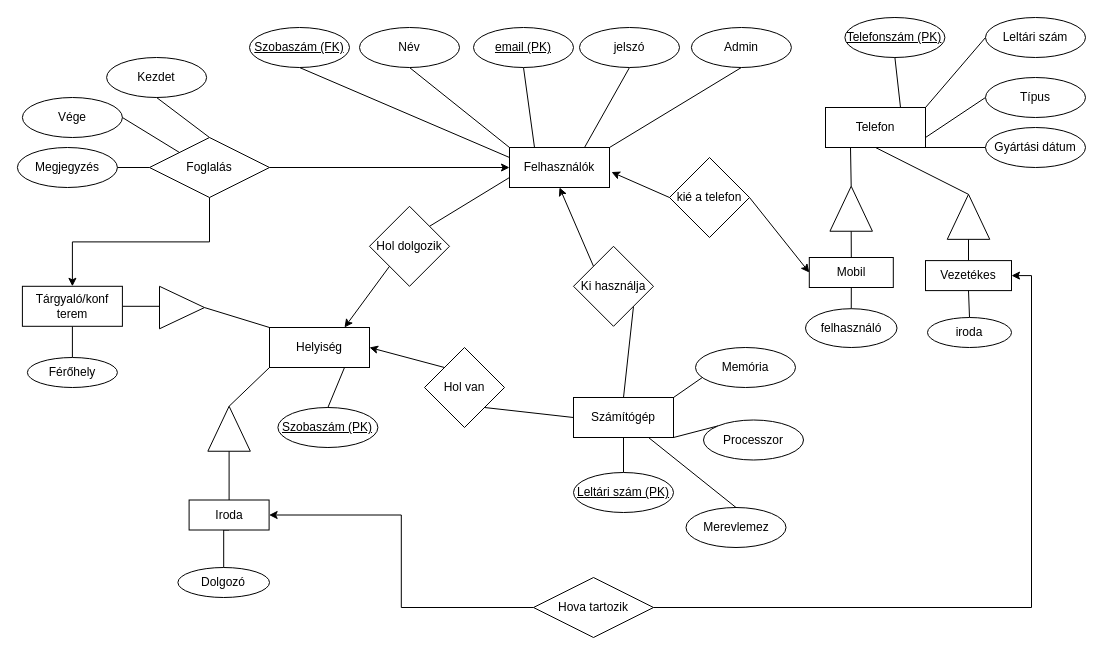
This is Munkahely.drawio from Troversones/adatbProjekt, a draw.io file, before an edit. Source tidied: cells renumbered, new cells numbered last; positions are measured from the earlier drawing's top-left corner, leaving out a move shared by most shapes. Both pictures are drawn from the tidied source at 100%, with x=0, y=0 at pixel (17, 17).
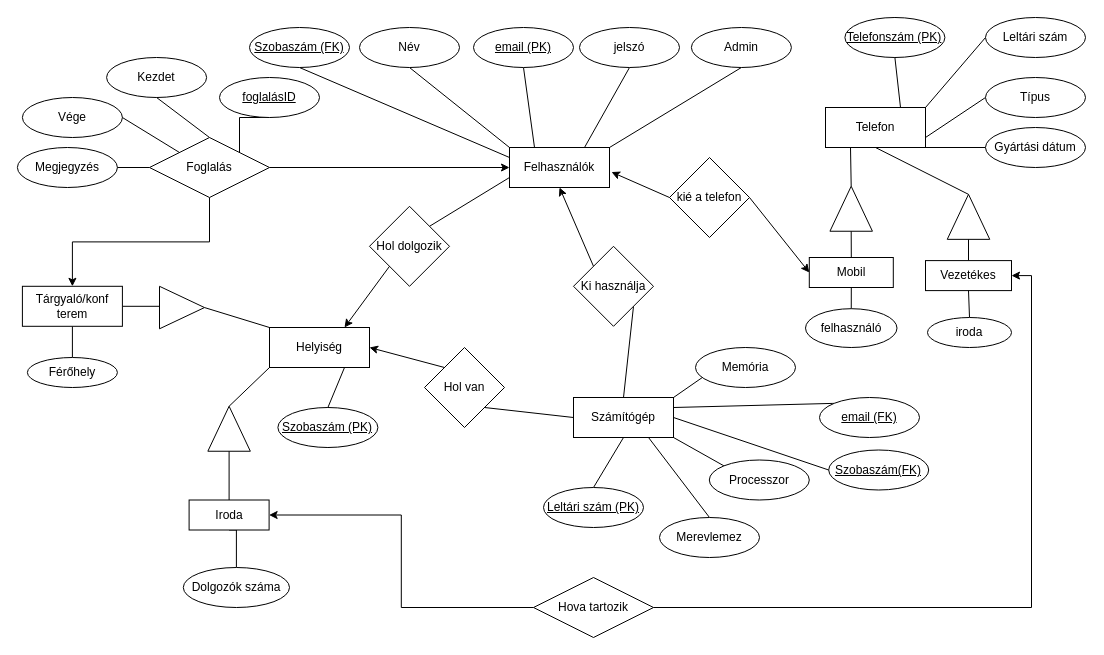
After the change.

The change refers to these unchanged cells:
```xml
<mxCell id="5" value="Számítógép" style="whiteSpace=wrap;html=1;align=center;" parent="1" vertex="1">
  <mxGeometry x="556" y="380" width="100" height="40" as="geometry" />
</mxCell>
<mxCell id="77" value="Foglalás" style="shape=rhombus;perimeter=rhombusPerimeter;whiteSpace=wrap;html=1;align=center;" parent="1" vertex="1">
  <mxGeometry x="132" y="120" width="120" height="60" as="geometry" />
</mxCell>
```

What changed in the source:
```diff
@@
+    <mxCell id="82" style="rounded=0;jettySize=auto;html=1;exitX=1;exitY=0.25;exitDx=0;exitDy=0;endArrow=none;endFill=0;entryX=0;entryY=0;entryDx=0;entryDy=0;" parent="1" edge="1" source="5" target="85">
+      <mxGeometry relative="1" as="geometry" />
+    </mxCell>
+    <mxCell id="83" style="rounded=0;jettySize=auto;html=1;exitX=1;exitY=0.5;exitDx=0;exitDy=0;endArrow=none;endFill=0;entryX=0;entryY=0.5;entryDx=0;entryDy=0;" parent="1" edge="1" source="5" target="86">
+      <mxGeometry relative="1" as="geometry" />
+    </mxCell>
@@
     <mxCell id="23" value="&lt;u&gt;Leltári szám (PK)&lt;/u&gt;" style="ellipse;whiteSpace=wrap;html=1;align=center;" parent="1" vertex="1">
-      <mxGeometry x="556" y="455" width="100" height="40" as="geometry" />
+      <mxGeometry x="526" y="470" width="100" height="40" as="geometry" />
     </mxCell>
@@
     <mxCell id="25" value="Processzor" style="ellipse;whiteSpace=wrap;html=1;align=center;" parent="1" vertex="1">
-      <mxGeometry x="686" y="402.5" width="100" height="40" as="geometry" />
+      <mxGeometry x="691.8" y="442.5" width="100" height="40" as="geometry" />
     </mxCell>
@@
     <mxCell id="29" value="Merevlemez" style="ellipse;whiteSpace=wrap;html=1;align=center;" parent="1" vertex="1">
-      <mxGeometry x="668.5" y="490" width="100" height="40" as="geometry" />
+      <mxGeometry x="642" y="500" width="100" height="40" as="geometry" />
     </mxCell>
@@
+    <mxCell id="84" style="edgeStyle=orthogonalEdgeStyle;rounded=0;jettySize=auto;html=1;exitX=1;exitY=0;exitDx=0;exitDy=0;endArrow=none;endFill=0;entryX=0.5;entryY=1;entryDx=0;entryDy=0;" parent="1" edge="1" source="77" target="87">
+      <mxGeometry relative="1" as="geometry" />
+    </mxCell>
@@
-    <mxCell id="81" value="Dolgozó" style="ellipse;whiteSpace=wrap;html=1;align=center;" parent="1" vertex="1">
-      <mxGeometry x="160.4" y="550" width="91.6" height="30" as="geometry" />
+    <mxCell id="81" value="Dolgozók száma" style="ellipse;whiteSpace=wrap;html=1;align=center;" parent="1" vertex="1">
+      <mxGeometry x="165.8" y="550" width="106.2" height="40" as="geometry" />
     </mxCell>
+    <mxCell id="85" value="&lt;u&gt;email (FK)&lt;/u&gt;" style="ellipse;whiteSpace=wrap;html=1;align=center;" parent="1" vertex="1">
+      <mxGeometry x="802" y="380" width="100" height="40" as="geometry" />
+    </mxCell>
+    <mxCell id="86" value="&lt;u&gt;Szobaszám(FK)&lt;/u&gt;" style="ellipse;whiteSpace=wrap;html=1;align=center;" parent="1" vertex="1">
+      <mxGeometry x="811.2" y="432.5" width="100" height="40" as="geometry" />
+    </mxCell>
+    <mxCell id="87" value="&lt;u&gt;foglalásID&lt;/u&gt;" style="ellipse;whiteSpace=wrap;html=1;align=center;" parent="1" vertex="1">
+      <mxGeometry x="202" y="60" width="100" height="40" as="geometry" />
+    </mxCell>
```
